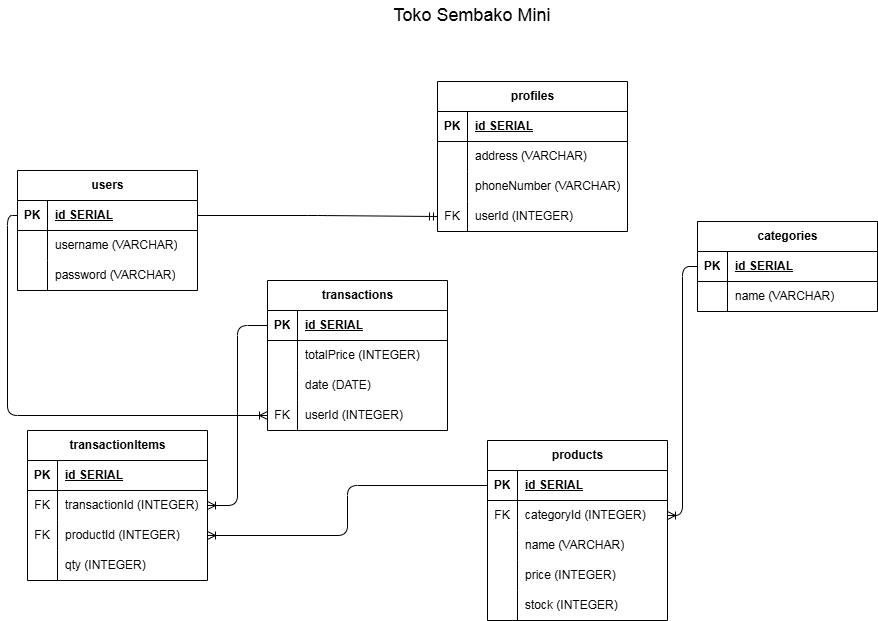
This is schema.drawio.png from Bantas93/the-mini-shop, a draw.io export, as it was before one commit. Source tidied: cells renumbered, new cells last; positions are measured from the earlier drawing's top-left corner, leaving out a move shared by most shapes.
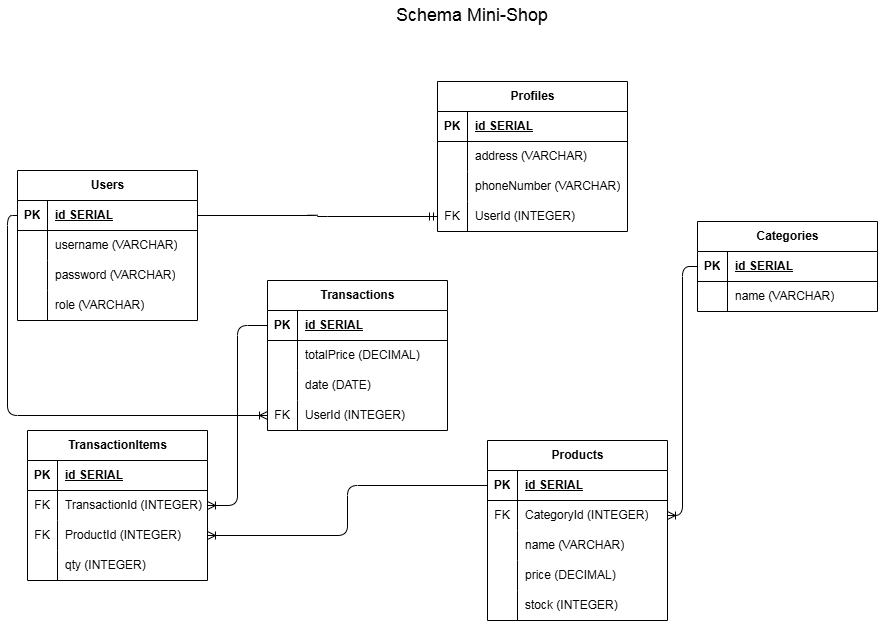
The same diagram one commit later.

What changed in the source:
```diff
@@ -2,11 +2,11 @@
   <root>
     <mxCell id="0" />
     <mxCell id="1" parent="0" />
-    <mxCell id="2" value="Toko Sembako Mini" style="text;html=1;align=center;verticalAlign=middle;whiteSpace=wrap;rounded=0;fontSize=18;" parent="1" vertex="1">
+    <mxCell id="2" value="Schema Mini-Shop" style="text;html=1;align=center;verticalAlign=middle;whiteSpace=wrap;rounded=0;fontSize=18;" parent="1" vertex="1">
       <mxGeometry x="370" width="170" height="30" as="geometry" />
     </mxCell>
-    <mxCell id="3" value="users" style="shape=table;startSize=30;rowLines=0;fontStyle=1;align=center;html=1;" parent="1" vertex="1">
-      <mxGeometry y="170" width="180" height="120" as="geometry" />
+    <mxCell id="3" value="Users" style="shape=table;startSize=30;rowLines=0;fontStyle=1;align=center;html=1;" parent="1" vertex="1">
+      <mxGeometry y="170" width="180" height="150" as="geometry" />
     </mxCell>
     <mxCell id="4" style="shape=tableRow;horizontal=0;startSize=0;swimlaneHead=0;swimlaneBody=0;fillColor=none;points=[[0,0.5],[1,0.5]];portConstraint=eastwest;top=0;left=0;right=0;bottom=1;" parent="3" vertex="1">
       <mxGeometry y="30" width="180" height="30" as="geometry" />
@@ -35,7 +35,16 @@
     <mxCell id="12" value="password (VARCHAR)" style="shape=partialRectangle;fillColor=none;top=0;left=0;bottom=0;right=0;align=left;spacingLeft=6;overflow=hidden;whiteSpace=wrap;html=1;" parent="10" vertex="1">
       <mxGeometry x="30" width="150" height="30" as="geometry" />
     </mxCell>
+    <mxCell id="80" style="shape=tableRow;horizontal=0;startSize=0;swimlaneHead=0;swimlaneBody=0;fillColor=none;top=0;left=0;right=0;bottom=0;" parent="3" vertex="1">
+      <mxGeometry y="120" width="180" height="30" as="geometry" />
+    </mxCell>
+    <mxCell id="81" style="shape=partialRectangle;fillColor=none;top=0;left=0;bottom=0;right=0;overflow=hidden;whiteSpace=wrap;html=1;" parent="80" vertex="1">
+      <mxGeometry width="30" height="30" as="geometry" />
+    </mxCell>
+    <mxCell id="82" value="role (VARCHAR)" style="shape=partialRectangle;fillColor=none;top=0;left=0;bottom=0;right=0;align=left;spacingLeft=6;overflow=hidden;whiteSpace=wrap;html=1;" parent="80" vertex="1">
+      <mxGeometry x="30" width="150" height="30" as="geometry" />
+    </mxCell>
-    <mxCell id="13" value="products" style="shape=table;startSize=30;rowLines=0;fontStyle=1;align=center;html=1;" parent="1" vertex="1">
+    <mxCell id="13" value="Products" style="shape=table;startSize=30;rowLines=0;fontStyle=1;align=center;html=1;" parent="1" vertex="1">
       <mxGeometry x="470" y="440" width="180" height="180" as="geometry" />
     </mxCell>
     <mxCell id="14" style="shape=tableRow;horizontal=0;startSize=0;swimlaneHead=0;swimlaneBody=0;fillColor=none;points=[[0,0.5],[1,0.5]];portConstraint=eastwest;top=0;left=0;right=0;bottom=1;" parent="13" vertex="1">
@@ -53,7 +62,7 @@
     <mxCell id="18" value="FK" style="shape=partialRectangle;fillColor=none;top=0;left=0;bottom=0;right=0;overflow=hidden;whiteSpace=wrap;html=1;" parent="17" vertex="1">
       <mxGeometry width="30" height="30" as="geometry" />
     </mxCell>
-    <mxCell id="19" value="categoryId&amp;nbsp;&lt;span style=&quot;color: rgb(0, 0, 0);&quot;&gt;(INTEGER)&lt;/span&gt;" style="shape=partialRectangle;fillColor=none;top=0;left=0;bottom=0;right=0;align=left;spacingLeft=6;overflow=hidden;whiteSpace=wrap;html=1;" parent="17" vertex="1">
+    <mxCell id="19" value="CategoryId&amp;nbsp;&lt;span style=&quot;color: rgb(0, 0, 0);&quot;&gt;(INTEGER)&lt;/span&gt;" style="shape=partialRectangle;fillColor=none;top=0;left=0;bottom=0;right=0;align=left;spacingLeft=6;overflow=hidden;whiteSpace=wrap;html=1;" parent="17" vertex="1">
       <mxGeometry x="30" width="150" height="30" as="geometry" />
     </mxCell>
     <mxCell id="20" style="shape=tableRow;horizontal=0;startSize=0;swimlaneHead=0;swimlaneBody=0;fillColor=none;top=0;left=0;right=0;bottom=0;" parent="13" vertex="1">
@@ -71,7 +80,7 @@
     <mxCell id="24" style="shape=partialRectangle;fillColor=none;top=0;left=0;bottom=0;right=0;overflow=hidden;whiteSpace=wrap;html=1;" parent="23" vertex="1">
       <mxGeometry width="30" height="30" as="geometry" />
     </mxCell>
-    <mxCell id="25" value="price (INTEGER)" style="shape=partialRectangle;fillColor=none;top=0;left=0;bottom=0;right=0;align=left;spacingLeft=6;overflow=hidden;whiteSpace=wrap;html=1;" parent="23" vertex="1">
+    <mxCell id="25" value="price (DECIMAL)" style="shape=partialRectangle;fillColor=none;top=0;left=0;bottom=0;right=0;align=left;spacingLeft=6;overflow=hidden;whiteSpace=wrap;html=1;" parent="23" vertex="1">
       <mxGeometry x="30" width="150" height="30" as="geometry" />
     </mxCell>
     <mxCell id="26" style="shape=tableRow;horizontal=0;startSize=0;swimlaneHead=0;swimlaneBody=0;fillColor=none;top=0;left=0;right=0;bottom=0;" parent="13" vertex="1">
@@ -83,7 +92,7 @@
     <mxCell id="28" value="stock&amp;nbsp;&lt;span style=&quot;color: rgb(0, 0, 0);&quot;&gt;(INTEGER)&lt;/span&gt;" style="shape=partialRectangle;fillColor=none;top=0;left=0;bottom=0;right=0;align=left;spacingLeft=6;overflow=hidden;whiteSpace=wrap;html=1;" parent="26" vertex="1">
       <mxGeometry x="30" width="150" height="30" as="geometry" />
     </mxCell>
-    <mxCell id="29" value="categories" style="shape=table;startSize=30;rowLines=0;fontStyle=1;align=center;html=1;" parent="1" vertex="1">
+    <mxCell id="29" value="Categories" style="shape=table;startSize=30;rowLines=0;fontStyle=1;align=center;html=1;" parent="1" vertex="1">
       <mxGeometry x="680" y="221" width="180" height="90" as="geometry" />
     </mxCell>
     <mxCell id="30" style="shape=tableRow;horizontal=0;startSize=0;swimlaneHead=0;swimlaneBody=0;fillColor=none;points=[[0,0.5],[1,0.5]];portConstraint=eastwest;top=0;left=0;right=0;bottom=1;" parent="29" vertex="1">
@@ -104,7 +113,7 @@
     <mxCell id="35" value="name&amp;nbsp;&lt;span style=&quot;color: rgb(0, 0, 0);&quot;&gt;(VARCHAR)&lt;/span&gt;" style="shape=partialRectangle;fillColor=none;top=0;left=0;bottom=0;right=0;align=left;spacingLeft=6;overflow=hidden;whiteSpace=wrap;html=1;" parent="33" vertex="1">
       <mxGeometry x="30" width="150" height="30" as="geometry" />
     </mxCell>
-    <mxCell id="36" value="transactionItems" style="shape=table;startSize=30;rowLines=0;fontStyle=1;align=center;html=1;" parent="1" vertex="1">
+    <mxCell id="36" value="TransactionItems" style="shape=table;startSize=30;rowLines=0;fontStyle=1;align=center;html=1;" parent="1" vertex="1">
       <mxGeometry x="10" y="430" width="180" height="150" as="geometry" />
     </mxCell>
     <mxCell id="37" style="shape=tableRow;horizontal=0;startSize=0;swimlaneHead=0;swimlaneBody=0;fillColor=none;top=0;left=0;right=0;bottom=1;" parent="36" vertex="1">
@@ -122,7 +131,7 @@
     <mxCell id="41" value="FK" style="shape=partialRectangle;fillColor=none;top=0;left=0;bottom=0;right=0;overflow=hidden;whiteSpace=wrap;html=1;" parent="40" vertex="1">
       <mxGeometry width="30" height="30" as="geometry" />
     </mxCell>
-    <mxCell id="42" value="transactionId&amp;nbsp;&lt;span style=&quot;color: rgb(0, 0, 0);&quot;&gt;(INTEGER)&lt;/span&gt;" style="shape=partialRectangle;fillColor=none;top=0;left=0;bottom=0;right=0;align=left;spacingLeft=6;overflow=hidden;whiteSpace=wrap;html=1;" parent="40" vertex="1">
+    <mxCell id="42" value="TransactionId&amp;nbsp;&lt;span style=&quot;color: rgb(0, 0, 0);&quot;&gt;(INTEGER)&lt;/span&gt;" style="shape=partialRectangle;fillColor=none;top=0;left=0;bottom=0;right=0;align=left;spacingLeft=6;overflow=hidden;whiteSpace=wrap;html=1;" parent="40" vertex="1">
       <mxGeometry x="30" width="150" height="30" as="geometry" />
     </mxCell>
     <mxCell id="43" style="shape=tableRow;horizontal=0;startSize=0;swimlaneHead=0;swimlaneBody=0;fillColor=none;points=[[0,0.5],[1,0.5]];portConstraint=eastwest;top=0;left=0;right=0;bottom=0;" parent="36" vertex="1">
@@ -131,7 +140,7 @@
     <mxCell id="44" value="FK" style="shape=partialRectangle;fillColor=none;top=0;left=0;bottom=0;right=0;overflow=hidden;whiteSpace=wrap;html=1;" parent="43" vertex="1">
       <mxGeometry width="30" height="30" as="geometry" />
     </mxCell>
-    <mxCell id="45" value="productId&amp;nbsp;&lt;span style=&quot;color: rgb(0, 0, 0);&quot;&gt;(INTEGER)&lt;/span&gt;" style="shape=partialRectangle;fillColor=none;top=0;left=0;bottom=0;right=0;align=left;spacingLeft=6;overflow=hidden;whiteSpace=wrap;html=1;" parent="43" vertex="1">
+    <mxCell id="45" value="ProductId&amp;nbsp;&lt;span style=&quot;color: rgb(0, 0, 0);&quot;&gt;(INTEGER)&lt;/span&gt;" style="shape=partialRectangle;fillColor=none;top=0;left=0;bottom=0;right=0;align=left;spacingLeft=6;overflow=hidden;whiteSpace=wrap;html=1;" parent="43" vertex="1">
       <mxGeometry x="30" width="150" height="30" as="geometry" />
     </mxCell>
     <mxCell id="46" style="shape=tableRow;horizontal=0;startSize=0;swimlaneHead=0;swimlaneBody=0;fillColor=none;top=0;left=0;right=0;bottom=0;" parent="36" vertex="1">
@@ -149,7 +158,7 @@
     <mxCell id="50" style="edgeStyle=orthogonalEdgeStyle;html=1;exitX=1;exitY=0.5;exitDx=0;exitDy=0;entryX=0;entryY=0.5;entryDx=0;entryDy=0;endArrow=none;endFill=0;startArrow=ERoneToMany;startFill=0;" parent="1" edge="1" source="40" target="52">
       <mxGeometry relative="1" as="geometry" />
     </mxCell>
-    <mxCell id="51" value="transactions" style="shape=table;startSize=30;rowLines=0;fontStyle=1;align=center;html=1;" parent="1" vertex="1">
+    <mxCell id="51" value="Transactions" style="shape=table;startSize=30;rowLines=0;fontStyle=1;align=center;html=1;" parent="1" vertex="1">
       <mxGeometry x="250" y="280" width="180" height="150" as="geometry" />
     </mxCell>
     <mxCell id="52" style="shape=tableRow;horizontal=0;startSize=0;swimlaneHead=0;swimlaneBody=0;fillColor=none;points=[[0,0.5],[1,0.5]];portConstraint=eastwest;top=0;left=0;right=0;bottom=1;" parent="51" vertex="1">
@@ -167,7 +176,7 @@
     <mxCell id="56" style="shape=partialRectangle;fillColor=none;top=0;left=0;bottom=0;right=0;overflow=hidden;whiteSpace=wrap;html=1;" parent="55" vertex="1">
       <mxGeometry width="30" height="30" as="geometry" />
     </mxCell>
-    <mxCell id="57" value="totalPrice (INTEGER)" style="shape=partialRectangle;fillColor=none;top=0;left=0;bottom=0;right=0;align=left;spacingLeft=6;overflow=hidden;whiteSpace=wrap;html=1;" parent="55" vertex="1">
+    <mxCell id="57" value="totalPrice (DECIMAL)" style="shape=partialRectangle;fillColor=none;top=0;left=0;bottom=0;right=0;align=left;spacingLeft=6;overflow=hidden;whiteSpace=wrap;html=1;" parent="55" vertex="1">
       <mxGeometry x="30" width="150" height="30" as="geometry" />
     </mxCell>
     <mxCell id="58" style="shape=tableRow;horizontal=0;startSize=0;swimlaneHead=0;swimlaneBody=0;fillColor=none;top=0;left=0;right=0;bottom=0;" parent="51" vertex="1">
@@ -185,10 +194,10 @@
     <mxCell id="62" value="FK" style="shape=partialRectangle;fillColor=none;top=0;left=0;bottom=0;right=0;overflow=hidden;whiteSpace=wrap;html=1;" parent="61" vertex="1">
       <mxGeometry width="30" height="30" as="geometry" />
     </mxCell>
-    <mxCell id="63" value="userId (INTEGER)" style="shape=partialRectangle;fillColor=none;top=0;left=0;bottom=0;right=0;align=left;spacingLeft=6;overflow=hidden;whiteSpace=wrap;html=1;" parent="61" vertex="1">
+    <mxCell id="63" value="UserId (INTEGER)" style="shape=partialRectangle;fillColor=none;top=0;left=0;bottom=0;right=0;align=left;spacingLeft=6;overflow=hidden;whiteSpace=wrap;html=1;" parent="61" vertex="1">
       <mxGeometry x="30" width="150" height="30" as="geometry" />
     </mxCell>
-    <mxCell id="64" value="profiles" style="shape=table;startSize=30;rowLines=0;fontStyle=1;align=center;html=1;" parent="1" vertex="1">
+    <mxCell id="64" value="Profiles" style="shape=table;startSize=30;rowLines=0;fontStyle=1;align=center;html=1;" parent="1" vertex="1">
       <mxGeometry x="420" y="81" width="190" height="150" as="geometry" />
     </mxCell>
     <mxCell id="65" style="shape=tableRow;horizontal=0;startSize=0;swimlaneHead=0;swimlaneBody=0;fillColor=none;top=0;left=0;right=0;bottom=1;" parent="64" vertex="1">
@@ -224,7 +233,7 @@
     <mxCell id="75" value="FK" style="shape=partialRectangle;fillColor=none;top=0;left=0;bottom=0;right=0;overflow=hidden;whiteSpace=wrap;html=1;" parent="74" vertex="1">
       <mxGeometry width="30" height="30" as="geometry" />
     </mxCell>
-    <mxCell id="76" value="userId (INTEGER)" style="shape=partialRectangle;fillColor=none;top=0;left=0;bottom=0;right=0;align=left;spacingLeft=6;overflow=hidden;whiteSpace=wrap;html=1;" parent="74" vertex="1">
+    <mxCell id="76" value="UserId (INTEGER)" style="shape=partialRectangle;fillColor=none;top=0;left=0;bottom=0;right=0;align=left;spacingLeft=6;overflow=hidden;whiteSpace=wrap;html=1;" parent="74" vertex="1">
       <mxGeometry x="30" width="160" height="30" as="geometry" />
     </mxCell>
     <mxCell id="77" style="edgeStyle=orthogonalEdgeStyle;html=1;exitX=1;exitY=0.5;exitDx=0;exitDy=0;entryX=0;entryY=0.5;entryDx=0;entryDy=0;endArrow=ERmandOne;endFill=0;" parent="1" edge="1" source="4" target="74">
```
